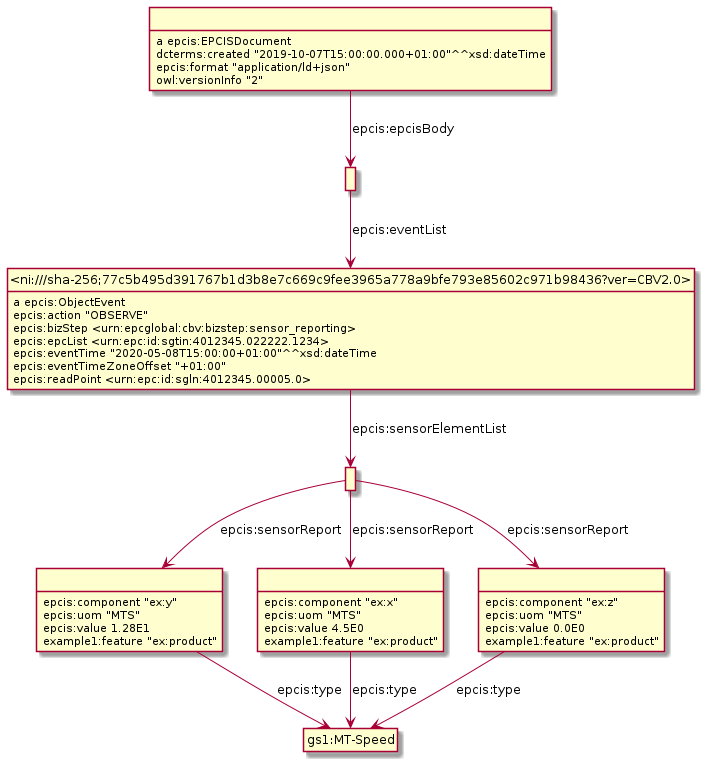
Before: Diagrams/WithSensorData/SensorDataExample10.png, a diagram exported from PlantUML (gs1/EPCIS). Source of this version:
```plantuml
@startuml
hide empty methods
hide empty attributes
hide circle
skinparam classAttributeIconSize 0
class _r1623307982r2_ as " "
class gs1_MT_Speed as "gs1:MT-Speed"
_r1623307982r2_ -down-> gs1_MT_Speed : epcis:type
_r1623307982r2_ : epcis:component "ex:y"
_r1623307982r2_ : epcis:uom "MTS"
_r1623307982r2_ : epcis:value 1.28E1
_r1623307982r2_ : example1:feature "ex:product"
class _r1623307982r3_ as " "
_r1623307982r3_ -down-> gs1_MT_Speed : epcis:type
_r1623307982r3_ : epcis:component "ex:x"
_r1623307982r3_ : epcis:uom "MTS"
_r1623307982r3_ : epcis:value 4.5E0
_r1623307982r3_ : example1:feature "ex:product"
class _r1623307982r5_ as " "
class _ni_sha_256_77c5b495d391767b1d3b8e7c669c9fee3965a778a9bfe793e85602c971b98436_ver_CBV2_0_ as "<ni:///sha-256;77c5b495d391767b1d3b8e7c669c9fee3965a778a9bfe793e85602c971b98436?ver=CBV2.0>"
_r1623307982r5_ -down-> _ni_sha_256_77c5b495d391767b1d3b8e7c669c9fee3965a778a9bfe793e85602c971b98436_ver_CBV2_0_ : epcis:eventList
class _r1623307982r4_ as " "
_r1623307982r4_ : a epcis:EPCISDocument
_r1623307982r4_ -down-> _r1623307982r5_ : epcis:epcisBody
_r1623307982r4_ : dcterms:created "2019-10-07T15:00:00.000+01:00"^^xsd:dateTime
_r1623307982r4_ : epcis:format "application/ld+json"
_r1623307982r4_ : owl:versionInfo "2"
class _r1623307982r0_ as " "
_r1623307982r0_ -down-> _r1623307982r2_ : epcis:sensorReport
_r1623307982r0_ -down-> _r1623307982r3_ : epcis:sensorReport
class _r1623307982r1_ as " "
_r1623307982r0_ -down-> _r1623307982r1_ : epcis:sensorReport
_r1623307982r1_ -down-> gs1_MT_Speed : epcis:type
_r1623307982r1_ : epcis:component "ex:z"
_r1623307982r1_ : epcis:uom "MTS"
_r1623307982r1_ : epcis:value 0.0E0
_r1623307982r1_ : example1:feature "ex:product"
_ni_sha_256_77c5b495d391767b1d3b8e7c669c9fee3965a778a9bfe793e85602c971b98436_ver_CBV2_0_ : a epcis:ObjectEvent
_ni_sha_256_77c5b495d391767b1d3b8e7c669c9fee3965a778a9bfe793e85602c971b98436_ver_CBV2_0_ -down-> _r1623307982r0_ : epcis:sensorElementList
_ni_sha_256_77c5b495d391767b1d3b8e7c669c9fee3965a778a9bfe793e85602c971b98436_ver_CBV2_0_ : epcis:action "OBSERVE"
_ni_sha_256_77c5b495d391767b1d3b8e7c669c9fee3965a778a9bfe793e85602c971b98436_ver_CBV2_0_ : epcis:bizStep <urn:epcglobal:cbv:bizstep:sensor_reporting>
_ni_sha_256_77c5b495d391767b1d3b8e7c669c9fee3965a778a9bfe793e85602c971b98436_ver_CBV2_0_ : epcis:epcList <urn:epc:id:sgtin:4012345.022222.1234>
_ni_sha_256_77c5b495d391767b1d3b8e7c669c9fee3965a778a9bfe793e85602c971b98436_ver_CBV2_0_ : epcis:eventTime "2020-05-08T15:00:00+01:00"^^xsd:dateTime
_ni_sha_256_77c5b495d391767b1d3b8e7c669c9fee3965a778a9bfe793e85602c971b98436_ver_CBV2_0_ : epcis:eventTimeZoneOffset "+01:00"
_ni_sha_256_77c5b495d391767b1d3b8e7c669c9fee3965a778a9bfe793e85602c971b98436_ver_CBV2_0_ : epcis:readPoint <urn:epc:id:sgln:4012345.00005.0>
@enduml
```
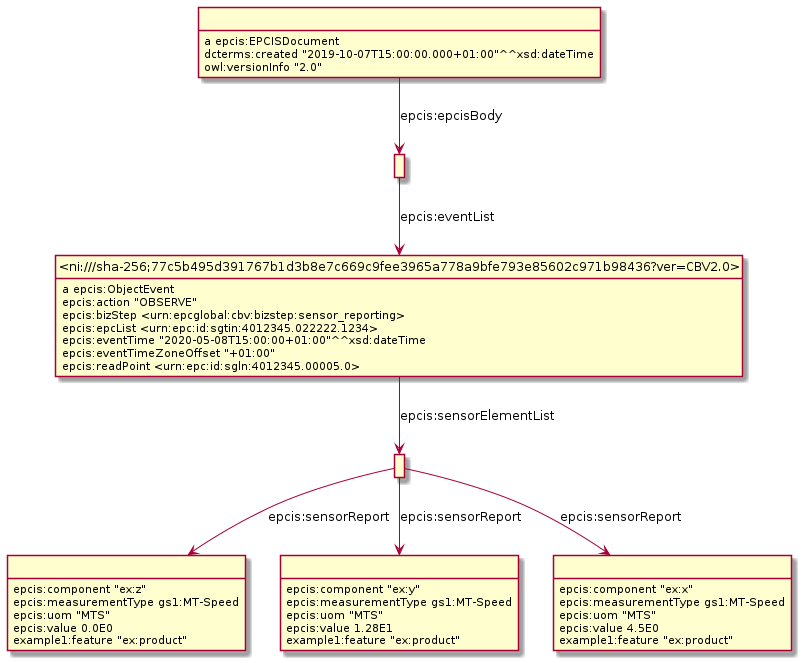
After the change.

Diff of the diagram source:
```diff
@@ -3,44 +3,42 @@
 hide empty attributes
 hide circle
 skinparam classAttributeIconSize 0
-class _r1623307982r2_ as " "
-class gs1_MT_Speed as "gs1:MT-Speed"
-_r1623307982r2_ -down-> gs1_MT_Speed : epcis:type
-_r1623307982r2_ : epcis:component "ex:y"
-_r1623307982r2_ : epcis:uom "MTS"
-_r1623307982r2_ : epcis:value 1.28E1
-_r1623307982r2_ : example1:feature "ex:product"
-class _r1623307982r3_ as " "
-_r1623307982r3_ -down-> gs1_MT_Speed : epcis:type
-_r1623307982r3_ : epcis:component "ex:x"
-_r1623307982r3_ : epcis:uom "MTS"
-_r1623307982r3_ : epcis:value 4.5E0
-_r1623307982r3_ : example1:feature "ex:product"
-class _r1623307982r5_ as " "
+class _r1623934115r2_ as " "
+class _r1623934115r3_ as " "
+_r1623934115r2_ -down-> _r1623934115r3_ : epcis:sensorReport
+class _r1623934115r4_ as " "
+_r1623934115r2_ -down-> _r1623934115r4_ : epcis:sensorReport
+class _r1623934115r5_ as " "
+_r1623934115r2_ -down-> _r1623934115r5_ : epcis:sensorReport
+_r1623934115r5_ : epcis:component "ex:x"
+_r1623934115r5_ : epcis:measurementType gs1:MT-Speed
+_r1623934115r5_ : epcis:uom "MTS"
+_r1623934115r5_ : epcis:value 4.5E0
+_r1623934115r5_ : example1:feature "ex:product"
 class _ni_sha_256_77c5b495d391767b1d3b8e7c669c9fee3965a778a9bfe793e85602c971b98436_ver_CBV2_0_ as "<ni:///sha-256;77c5b495d391767b1d3b8e7c669c9fee3965a778a9bfe793e85602c971b98436?ver=CBV2.0>"
-_r1623307982r5_ -down-> _ni_sha_256_77c5b495d391767b1d3b8e7c669c9fee3965a778a9bfe793e85602c971b98436_ver_CBV2_0_ : epcis:eventList
-class _r1623307982r4_ as " "
-_r1623307982r4_ : a epcis:EPCISDocument
-_r1623307982r4_ -down-> _r1623307982r5_ : epcis:epcisBody
-_r1623307982r4_ : dcterms:created "2019-10-07T15:00:00.000+01:00"^^xsd:dateTime
-_r1623307982r4_ : epcis:format "application/ld+json"
-_r1623307982r4_ : owl:versionInfo "2"
-class _r1623307982r0_ as " "
-_r1623307982r0_ -down-> _r1623307982r2_ : epcis:sensorReport
-_r1623307982r0_ -down-> _r1623307982r3_ : epcis:sensorReport
-class _r1623307982r1_ as " "
-_r1623307982r0_ -down-> _r1623307982r1_ : epcis:sensorReport
-_r1623307982r1_ -down-> gs1_MT_Speed : epcis:type
-_r1623307982r1_ : epcis:component "ex:z"
-_r1623307982r1_ : epcis:uom "MTS"
-_r1623307982r1_ : epcis:value 0.0E0
-_r1623307982r1_ : example1:feature "ex:product"
 _ni_sha_256_77c5b495d391767b1d3b8e7c669c9fee3965a778a9bfe793e85602c971b98436_ver_CBV2_0_ : a epcis:ObjectEvent
-_ni_sha_256_77c5b495d391767b1d3b8e7c669c9fee3965a778a9bfe793e85602c971b98436_ver_CBV2_0_ -down-> _r1623307982r0_ : epcis:sensorElementList
+_ni_sha_256_77c5b495d391767b1d3b8e7c669c9fee3965a778a9bfe793e85602c971b98436_ver_CBV2_0_ -down-> _r1623934115r2_ : epcis:sensorElementList
 _ni_sha_256_77c5b495d391767b1d3b8e7c669c9fee3965a778a9bfe793e85602c971b98436_ver_CBV2_0_ : epcis:action "OBSERVE"
 _ni_sha_256_77c5b495d391767b1d3b8e7c669c9fee3965a778a9bfe793e85602c971b98436_ver_CBV2_0_ : epcis:bizStep <urn:epcglobal:cbv:bizstep:sensor_reporting>
 _ni_sha_256_77c5b495d391767b1d3b8e7c669c9fee3965a778a9bfe793e85602c971b98436_ver_CBV2_0_ : epcis:epcList <urn:epc:id:sgtin:4012345.022222.1234>
 _ni_sha_256_77c5b495d391767b1d3b8e7c669c9fee3965a778a9bfe793e85602c971b98436_ver_CBV2_0_ : epcis:eventTime "2020-05-08T15:00:00+01:00"^^xsd:dateTime
 _ni_sha_256_77c5b495d391767b1d3b8e7c669c9fee3965a778a9bfe793e85602c971b98436_ver_CBV2_0_ : epcis:eventTimeZoneOffset "+01:00"
 _ni_sha_256_77c5b495d391767b1d3b8e7c669c9fee3965a778a9bfe793e85602c971b98436_ver_CBV2_0_ : epcis:readPoint <urn:epc:id:sgln:4012345.00005.0>
+class _r1623934115r0_ as " "
+_r1623934115r0_ : a epcis:EPCISDocument
+class _r1623934115r1_ as " "
+_r1623934115r0_ -down-> _r1623934115r1_ : epcis:epcisBody
+_r1623934115r0_ : dcterms:created "2019-10-07T15:00:00.000+01:00"^^xsd:dateTime
+_r1623934115r0_ : owl:versionInfo "2.0"
+_r1623934115r1_ -down-> _ni_sha_256_77c5b495d391767b1d3b8e7c669c9fee3965a778a9bfe793e85602c971b98436_ver_CBV2_0_ : epcis:eventList
+_r1623934115r4_ : epcis:component "ex:y"
+_r1623934115r4_ : epcis:measurementType gs1:MT-Speed
+_r1623934115r4_ : epcis:uom "MTS"
+_r1623934115r4_ : epcis:value 1.28E1
+_r1623934115r4_ : example1:feature "ex:product"
+_r1623934115r3_ : epcis:component "ex:z"
+_r1623934115r3_ : epcis:measurementType gs1:MT-Speed
+_r1623934115r3_ : epcis:uom "MTS"
+_r1623934115r3_ : epcis:value 0.0E0
+_r1623934115r3_ : example1:feature "ex:product"
 @enduml
```
